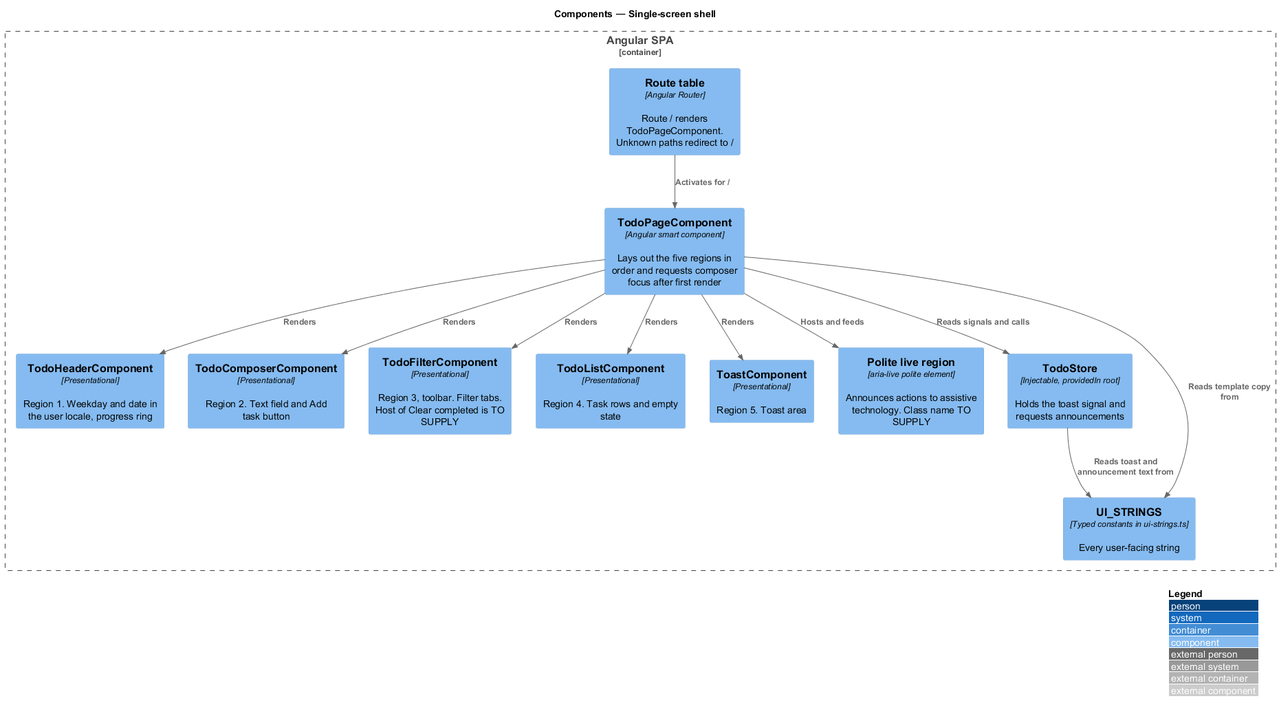
This is docs/detailed-designs/interface/single-screen-shell/diagrams/c4-component.png from QuinntyneBrown/php-todo-lab, a PlantUML export, as it was before one commit.
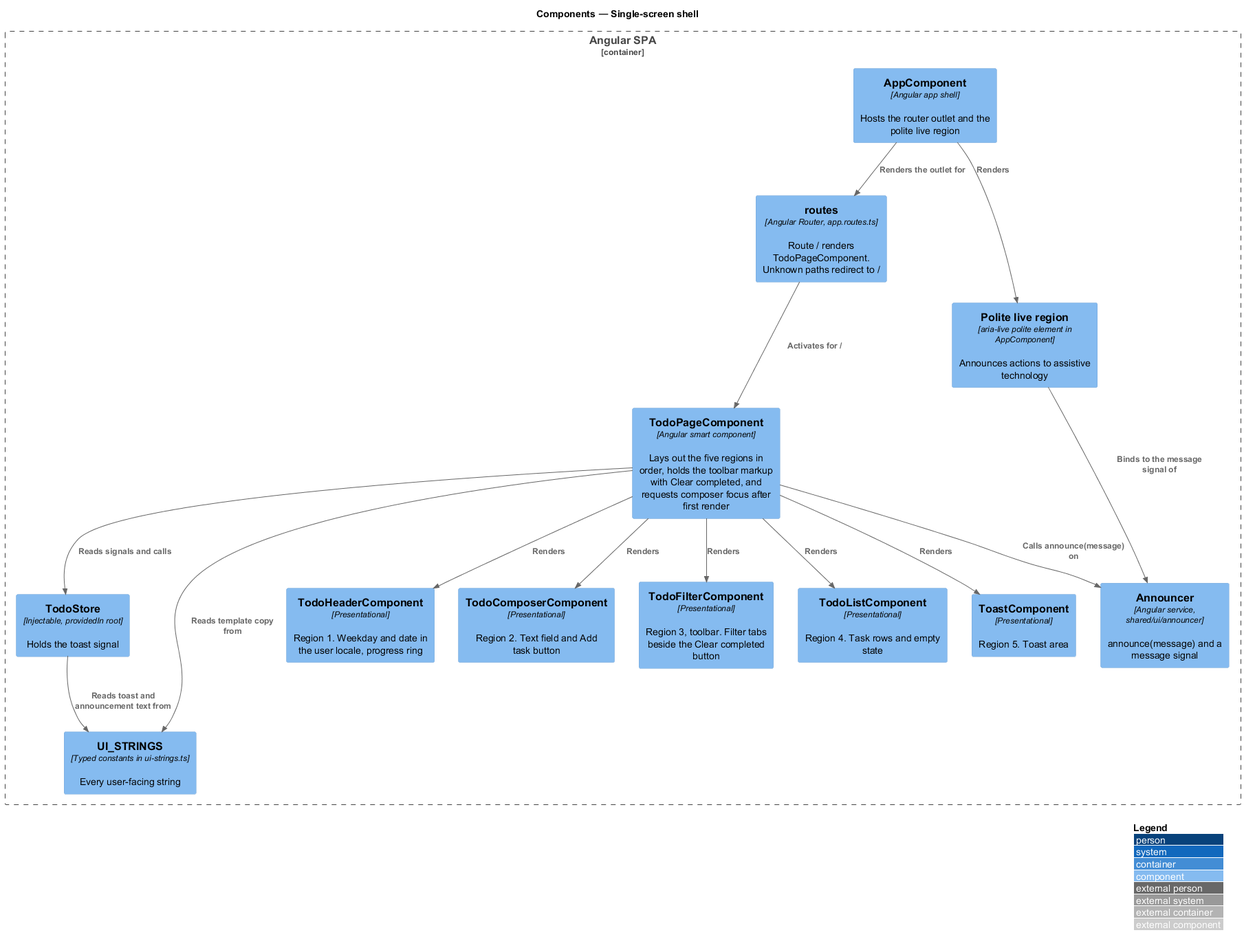
Above is the later version.

Diff of the diagram source:
```diff
@@ -4,15 +4,17 @@
 title Components — Single-screen shell
 
 Container_Boundary(spa, "Angular SPA") {
-  Component(routes, "Route table", "Angular Router", "Route / renders TodoPageComponent. Unknown paths redirect to /")
-  Component(page, "TodoPageComponent", "Angular smart component", "Lays out the five regions in order and requests composer focus after first render")
+  Component(shell, "AppComponent", "Angular app shell", "Hosts the router outlet and the polite live region")
+  Component(routes, "routes", "Angular Router, app.routes.ts", "Route / renders TodoPageComponent. Unknown paths redirect to /")
+  Component(page, "TodoPageComponent", "Angular smart component", "Lays out the five regions in order, holds the toolbar markup with Clear completed, and requests composer focus after first render")
   Component(header, "TodoHeaderComponent", "Presentational", "Region 1. Weekday and date in the user locale, progress ring")
   Component(composer, "TodoComposerComponent", "Presentational", "Region 2. Text field and Add task button")
-  Component(filter, "TodoFilterComponent", "Presentational", "Region 3, toolbar. Filter tabs. Host of Clear completed is TO SUPPLY")
+  Component(filter, "TodoFilterComponent", "Presentational", "Region 3, toolbar. Filter tabs beside the Clear completed button")
   Component(list, "TodoListComponent", "Presentational", "Region 4. Task rows and empty state")
   Component(toast, "ToastComponent", "Presentational", "Region 5. Toast area")
-  Component(live, "Polite live region", "aria-live polite element", "Announces actions to assistive technology. Class name TO SUPPLY")
-  Component(store, "TodoStore", "Injectable, providedIn root", "Holds the toast signal and requests announcements")
+  Component(announcer, "Announcer", "Angular service, shared/ui/announcer", "announce(message) and a message signal")
+  Component(live, "Polite live region", "aria-live polite element in AppComponent", "Announces actions to assistive technology")
+  Component(store, "TodoStore", "Injectable, providedIn root", "Holds the toast signal")
   Component(strings, "UI_STRINGS", "Typed constants in ui-strings.ts", "Every user-facing string")
 }
 
@@ -22,7 +24,10 @@
 Rel(page, filter, "Renders")
 Rel(page, list, "Renders")
 Rel(page, toast, "Renders")
-Rel(page, live, "Hosts and feeds")
+Rel(page, announcer, "Calls announce(message) on")
+Rel(shell, live, "Renders")
+Rel(live, announcer, "Binds to the message signal of")
+Rel(shell, routes, "Renders the outlet for")
 Rel(page, store, "Reads signals and calls")
 Rel(store, strings, "Reads toast and announcement text from")
 Rel(page, strings, "Reads template copy from")
```
